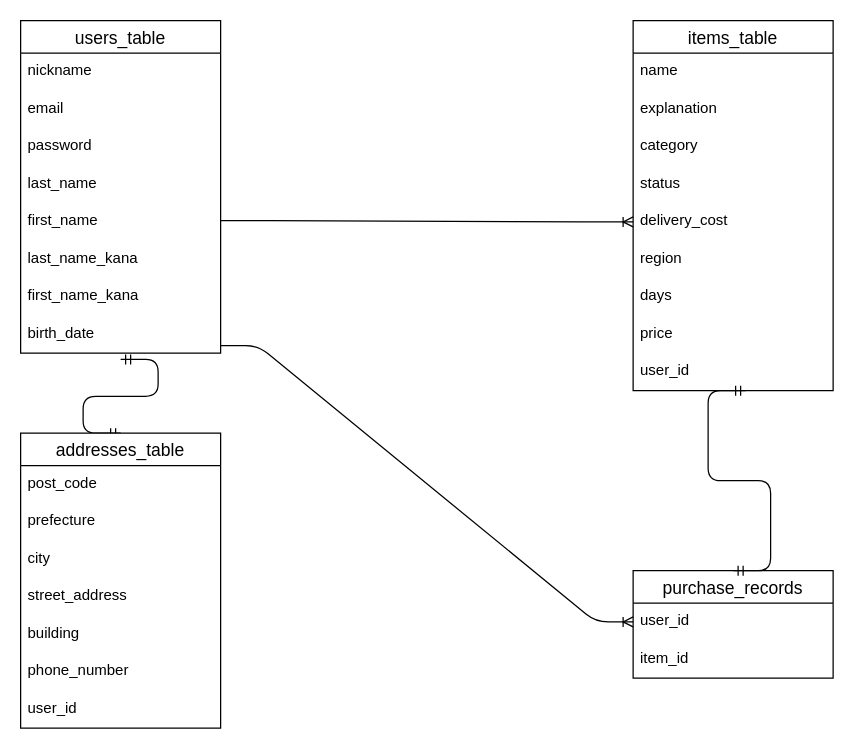
Earlier version of the draw.io diagram test.dio (Yuichi-Nozawa/furima-40094). Source tidied: cells renumbered, new cells numbered last; positions are measured from the earlier drawing's top-left corner, leaving out a move shared by most shapes. Both pictures are drawn from the tidied source at 125%, with x=0, y=0 at pixel (20, 20).
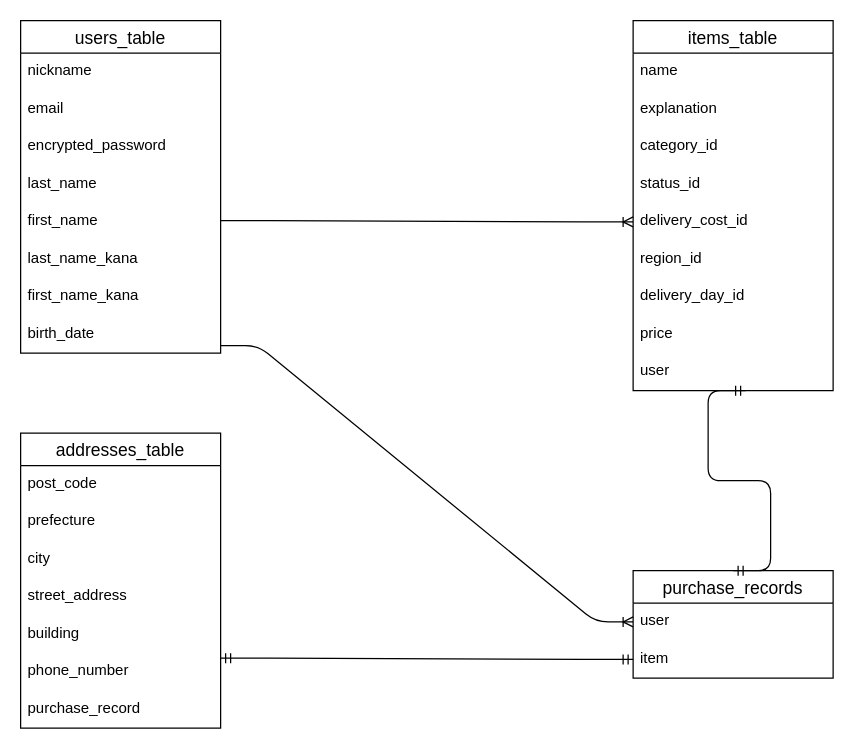
Above is the later version.

Commit message (it also covers changes not shown here):
データベース設計02

The change refers to these unchanged cells:
```xml
<mxCell id="2" value="users_table" style="swimlane;fontStyle=0;horizontal=1;startSize=26;align=center;fontSize=14;" parent="1" vertex="1">
  <mxGeometry width="160" height="266" as="geometry" />
</mxCell>
<mxCell id="12" value="items_table" style="swimlane;fontStyle=0;horizontal=1;startSize=26;align=center;fontSize=14;" parent="1" vertex="1">
  <mxGeometry x="490" width="160" height="296" as="geometry" />
</mxCell>
<mxCell id="22" value="addresses_table" style="swimlane;fontStyle=0;horizontal=1;startSize=26;align=center;fontSize=14;" parent="1" vertex="1">
  <mxGeometry y="330" width="160" height="236" as="geometry" />
</mxCell>
<mxCell id="30" value="purchase_records" style="swimlane;fontStyle=0;horizontal=1;startSize=26;align=center;fontSize=14;" parent="1" vertex="1">
  <mxGeometry x="490" y="440" width="160" height="86" as="geometry" />
</mxCell>
```

Diff of the diagram source:
```diff
@@
-    <mxCell id="5" value="password" style="text;strokeColor=none;fillColor=none;spacingLeft=4;spacingRight=4;overflow=hidden;fontSize=12;" parent="2" vertex="1">
+    <mxCell id="5" value="encrypted_password" style="text;strokeColor=none;fillColor=none;spacingLeft=4;spacingRight=4;overflow=hidden;fontSize=12;" parent="2" vertex="1">
       <mxGeometry y="86" width="160" height="30" as="geometry" />
     </mxCell>
@@
-    <mxCell id="10" style="edgeStyle=entityRelationEdgeStyle;fontSize=12;html=1;endArrow=ERmandOne;startArrow=ERmandOne;entryX=0.5;entryY=0;entryDx=0;entryDy=0;" parent="2" edge="1" target="22">
-      <mxGeometry relative="1" as="geometry">
-        <mxPoint x="80" y="271" as="sourcePoint" />
-      </mxGeometry>
-    </mxCell>
@@
-    <mxCell id="15" value="category" style="text;strokeColor=none;fillColor=none;spacingLeft=4;spacingRight=4;overflow=hidden;fontSize=12;" parent="12" vertex="1">
+    <mxCell id="15" value="category_id" style="text;strokeColor=none;fillColor=none;spacingLeft=4;spacingRight=4;overflow=hidden;fontSize=12;" parent="12" vertex="1">
       <mxGeometry y="86" width="160" height="30" as="geometry" />
     </mxCell>
-    <mxCell id="16" value="status" style="text;strokeColor=none;fillColor=none;spacingLeft=4;spacingRight=4;overflow=hidden;fontSize=12;" parent="12" vertex="1">
+    <mxCell id="16" value="status_id" style="text;strokeColor=none;fillColor=none;spacingLeft=4;spacingRight=4;overflow=hidden;fontSize=12;" parent="12" vertex="1">
       <mxGeometry y="116" width="160" height="30" as="geometry" />
     </mxCell>
-    <mxCell id="17" value="delivery_cost" style="text;strokeColor=none;fillColor=none;spacingLeft=4;spacingRight=4;overflow=hidden;points=[[0,0.5],[1,0.5]];portConstraint=eastwest;fontSize=12;" parent="12" vertex="1">
+    <mxCell id="17" value="delivery_cost_id" style="text;strokeColor=none;fillColor=none;spacingLeft=4;spacingRight=4;overflow=hidden;points=[[0,0.5],[1,0.5]];portConstraint=eastwest;fontSize=12;" parent="12" vertex="1">
       <mxGeometry y="146" width="160" height="30" as="geometry" />
     </mxCell>
-    <mxCell id="18" value="region" style="text;strokeColor=none;fillColor=none;spacingLeft=4;spacingRight=4;overflow=hidden;fontSize=12;" parent="12" vertex="1">
+    <mxCell id="18" value="region_id" style="text;strokeColor=none;fillColor=none;spacingLeft=4;spacingRight=4;overflow=hidden;fontSize=12;" parent="12" vertex="1">
       <mxGeometry y="176" width="160" height="30" as="geometry" />
     </mxCell>
-    <mxCell id="19" value="days" style="text;strokeColor=none;fillColor=none;spacingLeft=4;spacingRight=4;overflow=hidden;fontSize=12;" parent="12" vertex="1">
+    <mxCell id="19" value="delivery_day_id" style="text;strokeColor=none;fillColor=none;spacingLeft=4;spacingRight=4;overflow=hidden;fontSize=12;" parent="12" vertex="1">
       <mxGeometry y="206" width="160" height="30" as="geometry" />
     </mxCell>
@@
-    <mxCell id="21" value="user_id" style="text;strokeColor=none;fillColor=none;spacingLeft=4;spacingRight=4;overflow=hidden;fontSize=12;" parent="12" vertex="1">
+    <mxCell id="21" value="user" style="text;strokeColor=none;fillColor=none;spacingLeft=4;spacingRight=4;overflow=hidden;fontSize=12;" parent="12" vertex="1">
       <mxGeometry y="266" width="160" height="30" as="geometry" />
     </mxCell>
@@
-    <mxCell id="29" value="user_id" style="text;strokeColor=none;fillColor=none;spacingLeft=4;spacingRight=4;overflow=hidden;fontSize=12;" parent="22" vertex="1">
+    <mxCell id="29" value="purchase_record" style="text;strokeColor=none;fillColor=none;spacingLeft=4;spacingRight=4;overflow=hidden;fontSize=12;" parent="22" vertex="1">
       <mxGeometry y="206" width="160" height="30" as="geometry" />
     </mxCell>
@@
-    <mxCell id="31" value="user_id" style="text;strokeColor=none;fillColor=none;spacingLeft=4;spacingRight=4;overflow=hidden;points=[[0,0.5],[1,0.5]];portConstraint=eastwest;fontSize=12;" parent="30" vertex="1">
+    <mxCell id="31" value="user" style="text;strokeColor=none;fillColor=none;spacingLeft=4;spacingRight=4;overflow=hidden;points=[[0,0.5],[1,0.5]];portConstraint=eastwest;fontSize=12;" parent="30" vertex="1">
       <mxGeometry y="26" width="160" height="30" as="geometry" />
     </mxCell>
-    <mxCell id="32" value="item_id" style="text;strokeColor=none;fillColor=none;spacingLeft=4;spacingRight=4;overflow=hidden;points=[[0,0.5],[1,0.5]];portConstraint=eastwest;fontSize=12;" parent="30" vertex="1">
+    <mxCell id="32" value="item" style="text;strokeColor=none;fillColor=none;spacingLeft=4;spacingRight=4;overflow=hidden;points=[[0,0.5],[1,0.5]];portConstraint=eastwest;fontSize=12;" parent="30" vertex="1">
       <mxGeometry y="56" width="160" height="30" as="geometry" />
     </mxCell>
@@
+    <mxCell id="36" style="edgeStyle=entityRelationEdgeStyle;fontSize=12;html=1;endArrow=ERmandOne;startArrow=ERmandOne;entryX=0;entryY=0.5;entryDx=0;entryDy=0;" parent="1" edge="1" target="32">
+      <mxGeometry relative="1" as="geometry">
+        <mxPoint x="160" y="510" as="sourcePoint" />
+      </mxGeometry>
+    </mxCell>
```
